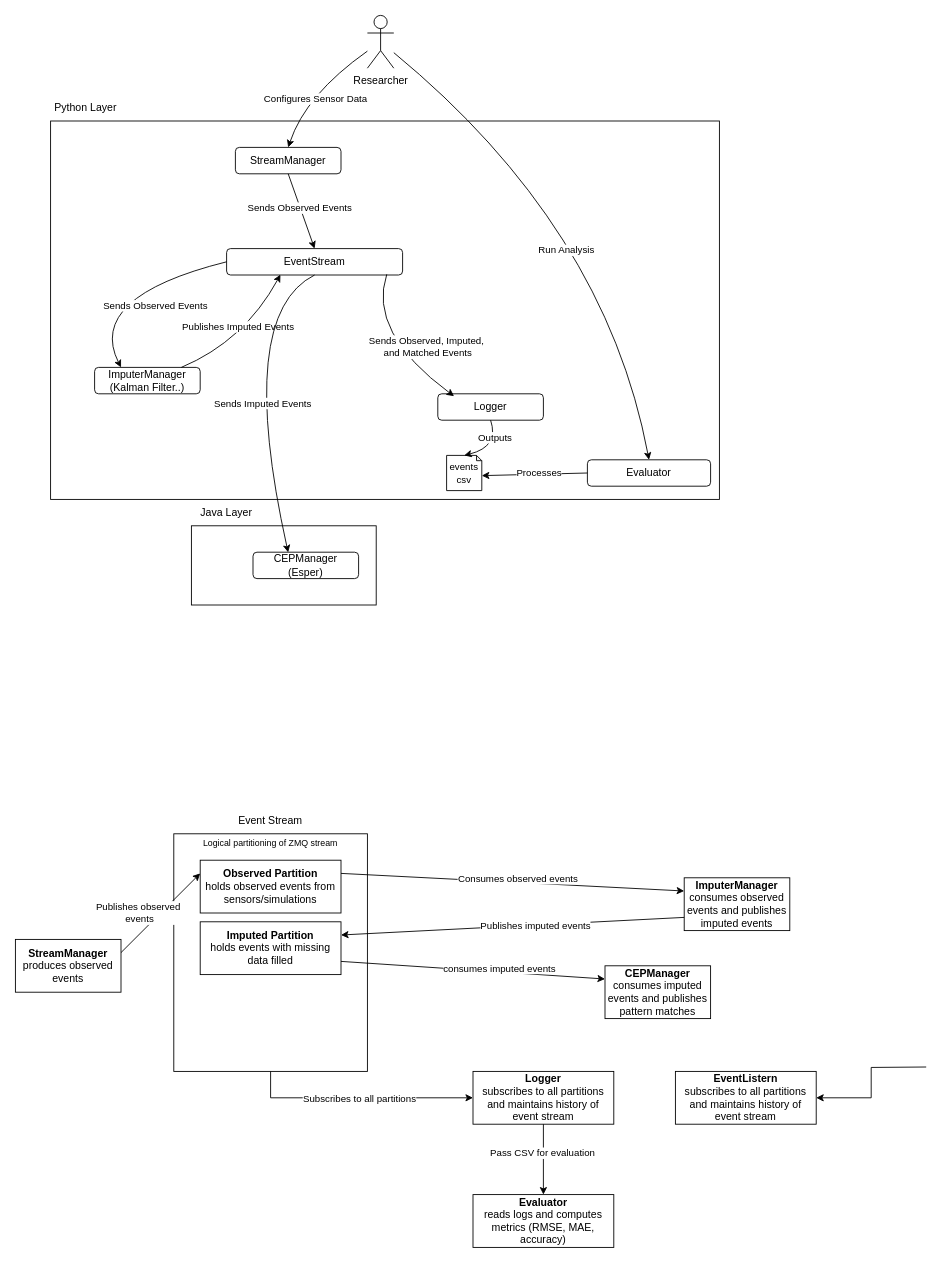
The draw.io diagram docs/architecture diagrams/Architectural Diagrams.drawio in ssm-lab/sots_cep, before the edit. Source tidied: cells renumbered, new cells numbered last; positions are measured from the earlier drawing's top-left corner, leaving out a move shared by most shapes. Both pictures are drawn from the tidied source at 88%, with x=0, y=0 at pixel (15, 15).
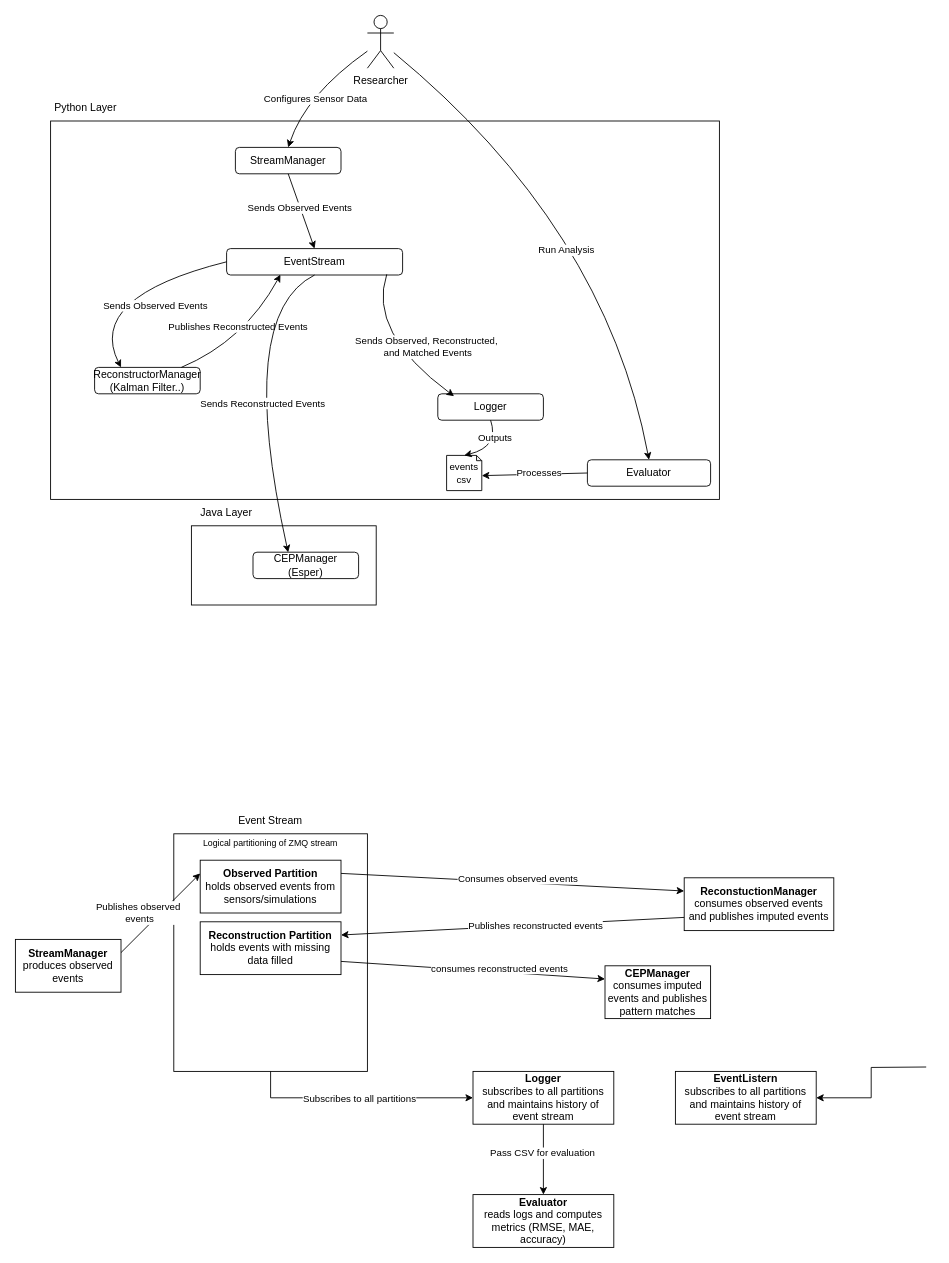
Above is the later version.

The change refers to these unchanged cells:
```xml
<mxCell id="13" style="endArrow=classic;html=1;rounded=0;exitX=0.821;exitY=0;exitDx=0;exitDy=0;exitPerimeter=0;entryX=0.306;entryY=0.986;entryDx=0;entryDy=0;entryPerimeter=0;curved=1;" parent="1" edge="1" source="10" target="8">
  <mxGeometry relative="1" as="geometry">
    <Array as="points">
      <mxPoint x="260" y="370" />
    </Array>
  </mxGeometry>
</mxCell>
<mxCell id="18" style="endArrow=classic;html=1;rounded=0;entryX=0.333;entryY=0.007;entryDx=0;entryDy=0;curved=1;entryPerimeter=0;exitX=0.5;exitY=1;exitDx=0;exitDy=0;" parent="1" edge="1" source="8" target="17">
  <mxGeometry relative="1" as="geometry">
    <Array as="points">
      <mxPoint x="250" y="340" />
    </Array>
  </mxGeometry>
</mxCell>
<mxCell id="23" style="endArrow=classic;html=1;rounded=0;exitX=0.91;exitY=0.974;exitDx=0;exitDy=0;exitPerimeter=0;entryX=0.154;entryY=0.09;entryDx=0;entryDy=0;entryPerimeter=0;curved=1;" parent="1" edge="1" source="8" target="22">
  <mxGeometry relative="1" as="geometry">
    <Array as="points">
      <mxPoint x="400" y="360" />
    </Array>
  </mxGeometry>
</mxCell>
<mxCell id="48" style="endArrow=classic;html=1;rounded=0;exitX=0;exitY=0.75;exitDx=0;exitDy=0;entryX=1;entryY=0.25;entryDx=0;entryDy=0;" parent="1" edge="1" source="37" target="35">
  <mxGeometry relative="1" as="geometry" />
</mxCell>
<mxCell id="50" style="endArrow=classic;html=1;rounded=0;exitX=1;exitY=0.75;exitDx=0;exitDy=0;entryX=0;entryY=0.25;entryDx=0;entryDy=0;" parent="1" edge="1" source="35" target="38">
  <mxGeometry relative="1" as="geometry" />
</mxCell>
```

Diff of the diagram source:
```diff
@@
-    <mxCell id="10" value="ImputerManager (Kalman Filter..)" style="rounded=1;whiteSpace=wrap;html=1;" parent="1" vertex="1">
+    <mxCell id="10" value="ReconstructorManager (Kalman Filter..)" style="rounded=1;whiteSpace=wrap;html=1;" parent="1" vertex="1">
       <mxGeometry x="90" y="400" width="120" height="30" as="geometry" />
     </mxCell>
@@
-    <mxCell id="14" value="Publishes Imputed Events" style="edgeLabel;html=1;align=center;verticalAlign=middle;" parent="13" vertex="1">
+    <mxCell id="14" value="Publishes Reconstructed Events" style="edgeLabel;html=1;align=center;verticalAlign=middle;" parent="13" vertex="1">
       <mxGeometry x="0.01" y="3" relative="1" as="geometry">
         <mxPoint x="-7" y="-10" as="offset" />
       </mxGeometry>
     </mxCell>
@@
-    <mxCell id="19" value="Sends Imputed Events" style="edgeLabel;html=1;align=center;verticalAlign=middle;" parent="18" vertex="1">
+    <mxCell id="19" value="Sends Reconstructed Events" style="edgeLabel;html=1;align=center;verticalAlign=middle;" parent="18" vertex="1">
       <mxGeometry x="0.19" y="-20" relative="1" as="geometry">
         <mxPoint x="23" y="-25" as="offset" />
       </mxGeometry>
     </mxCell>
@@
-    <mxCell id="24" value="Sends Observed, Imputed&lt;span style=&quot;background-color: light-dark(#ffffff, var(--ge-dark-color, #121212)); color: light-dark(rgb(0, 0, 0), rgb(255, 255, 255));&quot;&gt;,&lt;/span&gt;&lt;div&gt;&lt;span style=&quot;background-color: light-dark(#ffffff, var(--ge-dark-color, #121212)); color: light-dark(rgb(0, 0, 0), rgb(255, 255, 255));&quot;&gt;&amp;nbsp;and Matched Events&lt;/span&gt;&lt;/div&gt;" style="edgeLabel;html=1;align=center;verticalAlign=middle;" parent="23" vertex="1">
+    <mxCell id="24" value="Sends Observed, Reconstructed&lt;span style=&quot;background-color: light-dark(#ffffff, var(--ge-dark-color, #121212)); color: light-dark(rgb(0, 0, 0), rgb(255, 255, 255));&quot;&gt;,&lt;/span&gt;&lt;div&gt;&lt;span style=&quot;background-color: light-dark(#ffffff, var(--ge-dark-color, #121212)); color: light-dark(rgb(0, 0, 0), rgb(255, 255, 255));&quot;&gt;&amp;nbsp;and Matched Events&lt;/span&gt;&lt;/div&gt;" style="edgeLabel;html=1;align=center;verticalAlign=middle;" parent="23" vertex="1">
       <mxGeometry x="0.23" y="16" relative="1" as="geometry">
         <mxPoint x="18" as="offset" />
       </mxGeometry>
     </mxCell>
@@
-    <mxCell id="35" value="&lt;b&gt;Imputed Partition&lt;/b&gt;&lt;div&gt;holds events with missing data filled&lt;/div&gt;" style="rounded=0;whiteSpace=wrap;html=1;" parent="1" vertex="1">
+    <mxCell id="35" value="&lt;b&gt;Reconstruction Partition&lt;/b&gt;&lt;div&gt;holds events with missing data filled&lt;/div&gt;" style="rounded=0;whiteSpace=wrap;html=1;" parent="1" vertex="1">
       <mxGeometry x="210" y="1030" width="160" height="60" as="geometry" />
     </mxCell>
@@
-    <mxCell id="37" value="&lt;b&gt;ImputerManager&lt;/b&gt;&lt;div&gt;consumes observed events and publishes imputed events&lt;/div&gt;" style="rounded=0;whiteSpace=wrap;html=1;" parent="1" vertex="1">
-      <mxGeometry x="760" y="980" width="120" height="60" as="geometry" />
+    <mxCell id="37" value="&lt;b&gt;ReconstuctionManager&lt;/b&gt;&lt;div&gt;consumes observed events and publishes imputed events&lt;/div&gt;" style="rounded=0;whiteSpace=wrap;html=1;" parent="1" vertex="1">
+      <mxGeometry x="760" y="980" width="170" height="60" as="geometry" />
     </mxCell>
@@
-    <mxCell id="49" value="Publishes imputed events" style="edgeLabel;html=1;align=center;verticalAlign=middle;" parent="48" vertex="1">
+    <mxCell id="49" value="Publishes reconstructed&amp;nbsp;events" style="edgeLabel;html=1;align=center;verticalAlign=middle;" parent="48" vertex="1">
       <mxGeometry x="-0.13" y="1" relative="1" as="geometry" />
     </mxCell>
@@
-    <mxCell id="51" value="consumes imputed events" style="edgeLabel;html=1;align=center;verticalAlign=middle;" parent="50" vertex="1">
+    <mxCell id="51" value="consumes reconstructed events" style="edgeLabel;html=1;align=center;verticalAlign=middle;" parent="50" vertex="1">
       <mxGeometry x="0.2" y="4" relative="1" as="geometry" />
     </mxCell>
```
